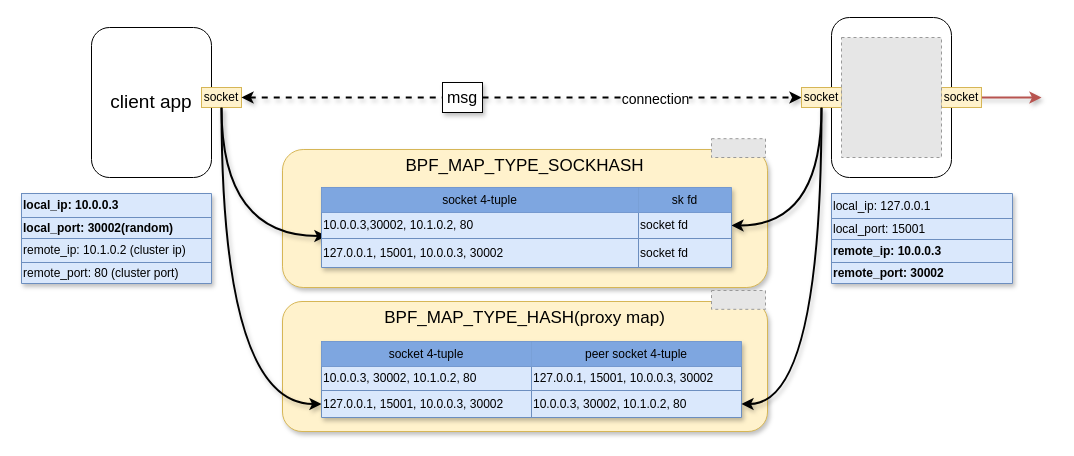
LuyaoZhong/Documents keeps this draw.io diagram as istio_dataflow/ingress_egress_envoy_to_envoy/egress_acceleration.drawio. Above is the earlier version. Source tidied: cells renumbered, new cells numbered last; positions are measured from the earlier drawing's top-left corner, leaving out a move shared by most shapes. Both pictures are drawn from the tidied source at 100%, with x=0, y=0 at pixel (21, 17). Pictures stored in the file or linked from it are replaced by grey dashed boxes.
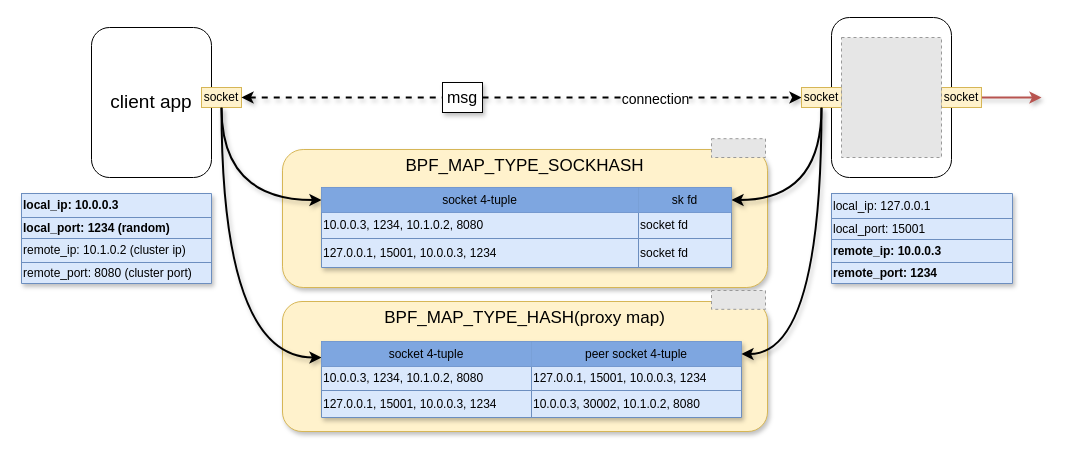
After the change.

The change refers to these unchanged cells:
```xml
<mxCell id="9" value="socket" style="text;html=1;strokeColor=#d6b656;fillColor=#fff2cc;align=center;verticalAlign=middle;whiteSpace=wrap;rounded=0;" parent="1" vertex="1">
  <mxGeometry x="180" y="70" width="40" height="20" as="geometry" />
</mxCell>
<mxCell id="11" value="socket" style="text;html=1;strokeColor=#d6b656;fillColor=#fff2cc;align=center;verticalAlign=middle;whiteSpace=wrap;rounded=0;" parent="1" vertex="1">
  <mxGeometry x="780" y="70" width="40" height="20" as="geometry" />
</mxCell>
<mxCell id="20" style="shape=partialRectangle;html=1;whiteSpace=wrap;fillColor=none;top=0;left=0;bottom=0;right=0;" parent="13" vertex="1">
  <mxGeometry y="69" width="181" height="21" as="geometry" />
</mxCell>
<mxCell id="26" style="shape=partialRectangle;html=1;whiteSpace=wrap;fillColor=none;top=0;left=0;bottom=0;right=0;points=[[0,0.5],[1,0.5]];portConstraint=eastwest;" parent="25" vertex="1">
  <mxGeometry width="420" height="25" as="geometry" />
</mxCell>
<mxCell id="29" style="shape=partialRectangle;html=1;whiteSpace=wrap;fillColor=none;top=0;left=0;bottom=0;right=0;" parent="25" vertex="1">
  <mxGeometry y="25" width="420" height="24" as="geometry" />
</mxCell>
<mxCell id="32" style="shape=partialRectangle;html=1;whiteSpace=wrap;fillColor=none;top=0;left=0;bottom=0;right=0;points=[[0,0.5],[1,0.5]];portConstraint=eastwest;" parent="25" vertex="1">
  <mxGeometry y="49" width="420" height="27" as="geometry" />
</mxCell>
<mxCell id="41" style="shape=partialRectangle;html=1;whiteSpace=wrap;fillColor=none;top=0;left=0;bottom=0;right=0;" parent="38" vertex="1">
  <mxGeometry y="24" width="190" height="21" as="geometry" />
</mxCell>
<mxCell id="45" style="shape=partialRectangle;html=1;whiteSpace=wrap;fillColor=none;top=0;left=0;bottom=0;right=0;" parent="38" vertex="1">
  <mxGeometry y="69" width="190" height="21" as="geometry" />
</mxCell>
<mxCell id="48" style="shape=partialRectangle;html=1;whiteSpace=wrap;fillColor=none;top=0;left=0;bottom=0;right=0;points=[[0,0.5],[1,0.5]];portConstraint=eastwest;" parent="47" vertex="1">
  <mxGeometry width="410" height="25" as="geometry" />
</mxCell>
<mxCell id="51" style="shape=partialRectangle;html=1;whiteSpace=wrap;fillColor=none;top=0;left=0;bottom=0;right=0;points=[[0,0.5],[1,0.5]];portConstraint=eastwest;" parent="47" vertex="1">
  <mxGeometry y="25" width="410" height="26" as="geometry" />
</mxCell>
<mxCell id="54" style="shape=partialRectangle;html=1;whiteSpace=wrap;fillColor=none;top=0;left=0;bottom=0;right=0;" parent="47" vertex="1">
  <mxGeometry y="51" width="410" height="29" as="geometry" />
</mxCell>
```

Diff of the diagram source:
```diff
@@
-    <mxCell id="8" style="edgeStyle=orthogonalEdgeStyle;rounded=0;jettySize=auto;html=1;shadow=1;startArrow=none;startFill=0;strokeWidth=2;curved=1;entryX=0.012;entryY=0.907;entryDx=0;entryDy=0;entryPerimeter=0;" parent="1" edge="1" source="9" target="51">
+    <mxCell id="8" style="edgeStyle=orthogonalEdgeStyle;rounded=0;jettySize=auto;html=1;shadow=1;startArrow=none;startFill=0;strokeWidth=2;curved=1;entryX=0;entryY=0.5;entryDx=0;entryDy=0;" parent="1" edge="1" source="9" target="48">
       <mxGeometry relative="1" as="geometry" />
     </mxCell>
@@
-    <mxCell id="10" style="edgeStyle=orthogonalEdgeStyle;curved=1;rounded=0;jettySize=auto;html=1;shadow=1;startArrow=none;startFill=0;strokeWidth=2;entryX=1;entryY=0.5;entryDx=0;entryDy=0;" parent="1" edge="1" source="11" target="51">
+    <mxCell id="10" style="edgeStyle=orthogonalEdgeStyle;curved=1;rounded=0;jettySize=auto;html=1;shadow=1;startArrow=none;startFill=0;strokeWidth=2;entryX=1;entryY=0.5;entryDx=0;entryDy=0;" parent="1" edge="1" source="11" target="48">
       <mxGeometry relative="1" as="geometry" />
     </mxCell>
@@
-    <mxCell id="21" value="remote_port: 30002" style="shape=partialRectangle;html=1;whiteSpace=wrap;overflow=hidden;fillColor=none;top=0;left=0;bottom=0;right=0;align=left;fontStyle=1;" parent="20" vertex="1">
+    <mxCell id="21" value="remote_port: 1234" style="shape=partialRectangle;html=1;whiteSpace=wrap;overflow=hidden;fillColor=none;top=0;left=0;bottom=0;right=0;align=left;fontStyle=1;" parent="20" vertex="1">
       <mxGeometry width="181" height="21" as="geometry" />
     </mxCell>
@@
-    <mxCell id="24" style="edgeStyle=orthogonalEdgeStyle;rounded=0;jettySize=auto;html=1;shadow=1;startArrow=none;startFill=0;strokeWidth=2;curved=1;exitX=0.5;exitY=1;exitDx=0;exitDy=0;entryX=0;entryY=0.5;entryDx=0;entryDy=0;" parent="1" edge="1" source="9" target="32">
+    <mxCell id="24" style="edgeStyle=orthogonalEdgeStyle;rounded=0;jettySize=auto;html=1;shadow=1;startArrow=none;startFill=0;strokeWidth=2;curved=1;exitX=0.5;exitY=1;exitDx=0;exitDy=0;entryX=0;entryY=0.64;entryDx=0;entryDy=0;entryPerimeter=0;" parent="1" edge="1" source="9" target="26">
       <mxGeometry relative="1" as="geometry" />
     </mxCell>
@@
-    <mxCell id="30" value="10.0.0.3, 30002, 10.1.0.2, 80" style="shape=partialRectangle;html=1;whiteSpace=wrap;overflow=hidden;fillColor=none;top=0;left=0;bottom=0;right=0;align=left;" parent="29" vertex="1">
+    <mxCell id="30" value="10.0.0.3, 1234, 10.1.0.2, 8080" style="shape=partialRectangle;html=1;whiteSpace=wrap;overflow=hidden;fillColor=none;top=0;left=0;bottom=0;right=0;align=left;" parent="29" vertex="1">
       <mxGeometry width="210" height="24" as="geometry" />
     </mxCell>
-    <mxCell id="31" value="127.0.0.1, 15001, 10.0.0.3, 30002" style="shape=partialRectangle;html=1;whiteSpace=wrap;overflow=hidden;fillColor=none;top=0;left=0;bottom=0;right=0;align=left;" parent="29" vertex="1">
+    <mxCell id="31" value="127.0.0.1, 15001, 10.0.0.3, 1234" style="shape=partialRectangle;html=1;whiteSpace=wrap;overflow=hidden;fillColor=none;top=0;left=0;bottom=0;right=0;align=left;" parent="29" vertex="1">
       <mxGeometry x="210" width="210" height="24" as="geometry" />
     </mxCell>
@@
-    <mxCell id="33" value="&lt;span&gt;127.0.0.1, 15001, 10.0.0.3, 30002&lt;/span&gt;" style="shape=partialRectangle;html=1;whiteSpace=wrap;overflow=hidden;fillColor=none;top=0;left=0;bottom=0;right=0;align=left;" parent="32" vertex="1">
+    <mxCell id="33" value="&lt;span&gt;127.0.0.1, 15001, 10.0.0.3, 1234&lt;/span&gt;" style="shape=partialRectangle;html=1;whiteSpace=wrap;overflow=hidden;fillColor=none;top=0;left=0;bottom=0;right=0;align=left;" parent="32" vertex="1">
       <mxGeometry width="210" height="27" as="geometry" />
     </mxCell>
-    <mxCell id="34" value="&lt;span&gt;10.0.0.3, 30002, 10.1.0.2, 80&lt;/span&gt;" style="shape=partialRectangle;html=1;whiteSpace=wrap;overflow=hidden;fillColor=none;top=0;left=0;bottom=0;right=0;align=left;" parent="32" vertex="1">
+    <mxCell id="34" value="&lt;span&gt;10.0.0.3, 30002, 10.1.0.2, 8080&lt;/span&gt;" style="shape=partialRectangle;html=1;whiteSpace=wrap;overflow=hidden;fillColor=none;top=0;left=0;bottom=0;right=0;align=left;" parent="32" vertex="1">
       <mxGeometry x="210" width="210" height="27" as="geometry" />
     </mxCell>
-    <mxCell id="35" style="edgeStyle=orthogonalEdgeStyle;curved=1;rounded=0;jettySize=auto;html=1;shadow=1;startArrow=none;startFill=0;strokeWidth=2;exitX=0.5;exitY=1;exitDx=0;exitDy=0;entryX=1;entryY=0.5;entryDx=0;entryDy=0;" parent="1" edge="1" source="11" target="32">
+    <mxCell id="35" style="edgeStyle=orthogonalEdgeStyle;curved=1;rounded=0;jettySize=auto;html=1;shadow=1;startArrow=none;startFill=0;strokeWidth=2;exitX=0.5;exitY=1;exitDx=0;exitDy=0;entryX=1;entryY=0.5;entryDx=0;entryDy=0;" parent="1" edge="1" source="11" target="26">
       <mxGeometry relative="1" as="geometry" />
     </mxCell>
@@
-    <mxCell id="42" value="local_port: 30002(random)" style="shape=partialRectangle;html=1;whiteSpace=wrap;overflow=hidden;fillColor=none;top=0;left=0;bottom=0;right=0;align=left;fontStyle=1;" parent="41" vertex="1">
+    <mxCell id="42" value="local_port: 1234 (random)" style="shape=partialRectangle;html=1;whiteSpace=wrap;overflow=hidden;fillColor=none;top=0;left=0;bottom=0;right=0;align=left;fontStyle=1;" parent="41" vertex="1">
       <mxGeometry width="190" height="21" as="geometry" />
     </mxCell>
@@
-    <mxCell id="46" value="remote_port: 80 (cluster port)" style="shape=partialRectangle;html=1;whiteSpace=wrap;overflow=hidden;fillColor=none;top=0;left=0;bottom=0;right=0;align=left;" parent="45" vertex="1">
+    <mxCell id="46" value="remote_port: 8080 (cluster port)" style="shape=partialRectangle;html=1;whiteSpace=wrap;overflow=hidden;fillColor=none;top=0;left=0;bottom=0;right=0;align=left;" parent="45" vertex="1">
       <mxGeometry width="190" height="21" as="geometry" />
     </mxCell>
@@
-    <mxCell id="52" value="10.0.0.3,30002, 10.1.0.2, 80" style="shape=partialRectangle;html=1;whiteSpace=wrap;overflow=hidden;fillColor=none;top=0;left=0;bottom=0;right=0;align=left;" parent="51" vertex="1">
+    <mxCell id="52" value="10.0.0.3, 1234, 10.1.0.2, 8080" style="shape=partialRectangle;html=1;whiteSpace=wrap;overflow=hidden;fillColor=none;top=0;left=0;bottom=0;right=0;align=left;" parent="51" vertex="1">
       <mxGeometry width="317" height="26" as="geometry" />
     </mxCell>
@@
-    <mxCell id="55" value="127.0.0.1, 15001, 10.0.0.3, 30002" style="shape=partialRectangle;html=1;whiteSpace=wrap;overflow=hidden;fillColor=none;top=0;left=0;bottom=0;right=0;align=left;" parent="54" vertex="1">
+    <mxCell id="55" value="127.0.0.1, 15001, 10.0.0.3, 1234" style="shape=partialRectangle;html=1;whiteSpace=wrap;overflow=hidden;fillColor=none;top=0;left=0;bottom=0;right=0;align=left;" parent="54" vertex="1">
       <mxGeometry width="317" height="29" as="geometry" />
     </mxCell>
```
